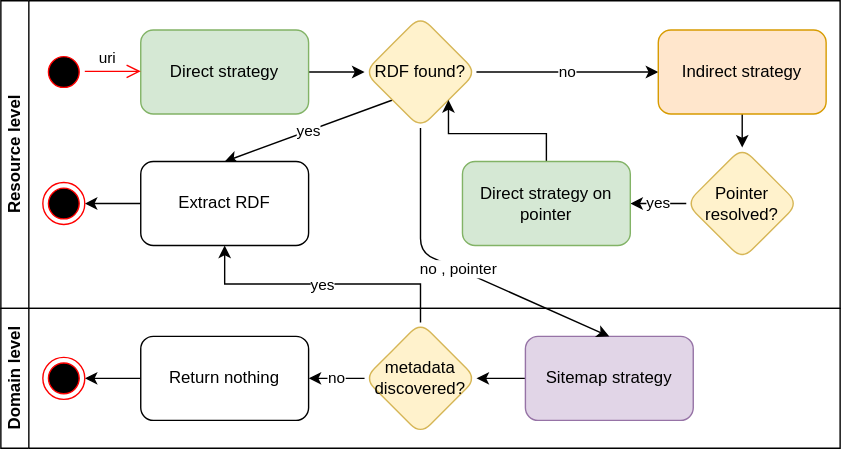
Before: papers/wrx/wrx_overview.drawio.svg, a diagram exported from draw.io (cedricdcc/papers). Source tidied: cells renumbered, new cells last; positions are measured from the earlier drawing's top-left corner, leaving out a move shared by most shapes.
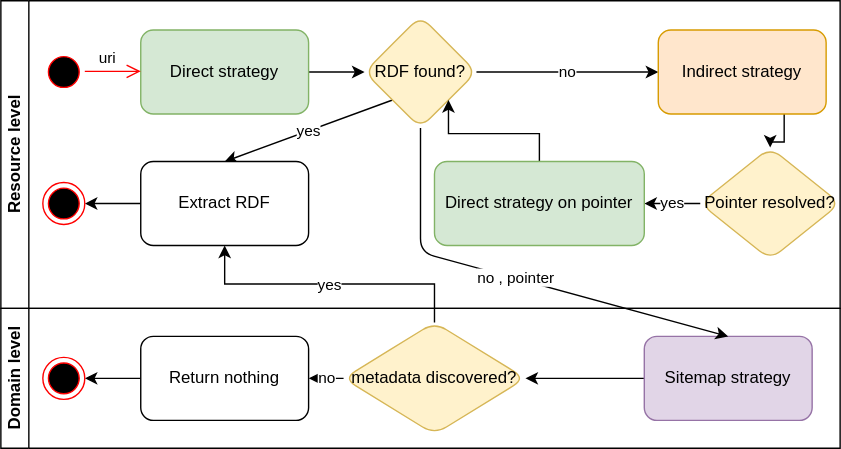
The same diagram one commit later.

Commit message:
Implement feature X to enhance user experience and optimize performance

What changed in the source:
```diff
@@ -20,7 +20,7 @@
     <mxCell id="7" value="RDF found?" style="rhombus;whiteSpace=wrap;html=1;rounded=1;fillColor=#fff2cc;strokeColor=#d6b656;" parent="2" vertex="1">
       <mxGeometry x="260" y="11" width="80" height="80" as="geometry" />
     </mxCell>
-    <mxCell id="8" style="edgeStyle=orthogonalEdgeStyle;rounded=0;jettySize=auto;html=1;" parent="2" edge="1" source="9" target="11">
+    <mxCell id="8" style="edgeStyle=orthogonalEdgeStyle;rounded=0;jettySize=auto;html=1;exitX=0.75;exitY=1;exitDx=0;exitDy=0;" parent="2" edge="1" source="9" target="11">
       <mxGeometry relative="1" as="geometry" />
     </mxCell>
     <mxCell id="9" value="Indirect strategy" style="whiteSpace=wrap;html=1;fillColor=#ffe6cc;strokeColor=#d79b00;rounded=1;" parent="2" vertex="1">
@@ -30,7 +30,7 @@
       <mxGeometry relative="1" as="geometry" />
     </mxCell>
     <mxCell id="11" value="Pointer resolved?" style="rhombus;whiteSpace=wrap;html=1;rounded=1;fillColor=#fff2cc;strokeColor=#d6b656;" parent="2" vertex="1">
-      <mxGeometry x="490" y="105" width="80" height="80" as="geometry" />
+      <mxGeometry x="500" y="105" width="100" height="80" as="geometry" />
     </mxCell>
     <mxCell id="12" style="edgeStyle=orthogonalEdgeStyle;rounded=0;jettySize=auto;html=1;" parent="2" edge="1" source="13" target="16">
       <mxGeometry relative="1" as="geometry" />
@@ -42,7 +42,7 @@
       <mxGeometry relative="1" as="geometry" />
     </mxCell>
     <mxCell id="15" value="Direct strategy on pointer" style="rounded=1;whiteSpace=wrap;html=1;fillColor=#d5e8d4;strokeColor=#82b366;" parent="2" vertex="1">
-      <mxGeometry x="330" y="115" width="120" height="60" as="geometry" />
+      <mxGeometry x="310" y="115" width="150" height="60" as="geometry" />
     </mxCell>
     <mxCell id="16" style="ellipse;html=1;shape=endState;fillColor=#000000;strokeColor=#ff0000;" parent="2" vertex="1">
       <mxGeometry x="30" y="130" width="30" height="30" as="geometry" />
@@ -68,13 +68,13 @@
       <mxGeometry relative="1" as="geometry" />
     </mxCell>
     <mxCell id="22" value="Sitemap strategy" style="rounded=1;whiteSpace=wrap;html=1;fillColor=#e1d5e7;strokeColor=#9673a6;" parent="20" vertex="1">
-      <mxGeometry x="375" y="20" width="120" height="60" as="geometry" />
+      <mxGeometry x="460" y="20" width="120" height="60" as="geometry" />
     </mxCell>
     <mxCell id="23" value="no" style="edgeStyle=orthogonalEdgeStyle;rounded=0;jettySize=auto;html=1;" parent="20" edge="1" source="24" target="26">
       <mxGeometry relative="1" as="geometry" />
     </mxCell>
     <mxCell id="24" value="metadata discovered?" style="rhombus;whiteSpace=wrap;html=1;fillColor=#fff2cc;strokeColor=#d6b656;rounded=1;" parent="20" vertex="1">
-      <mxGeometry x="260" y="10" width="80" height="80" as="geometry" />
+      <mxGeometry x="245" y="10" width="130" height="80" as="geometry" />
     </mxCell>
     <mxCell id="25" style="edgeStyle=orthogonalEdgeStyle;rounded=0;jettySize=auto;html=1;" parent="20" edge="1" source="26" target="27">
       <mxGeometry relative="1" as="geometry" />
```
